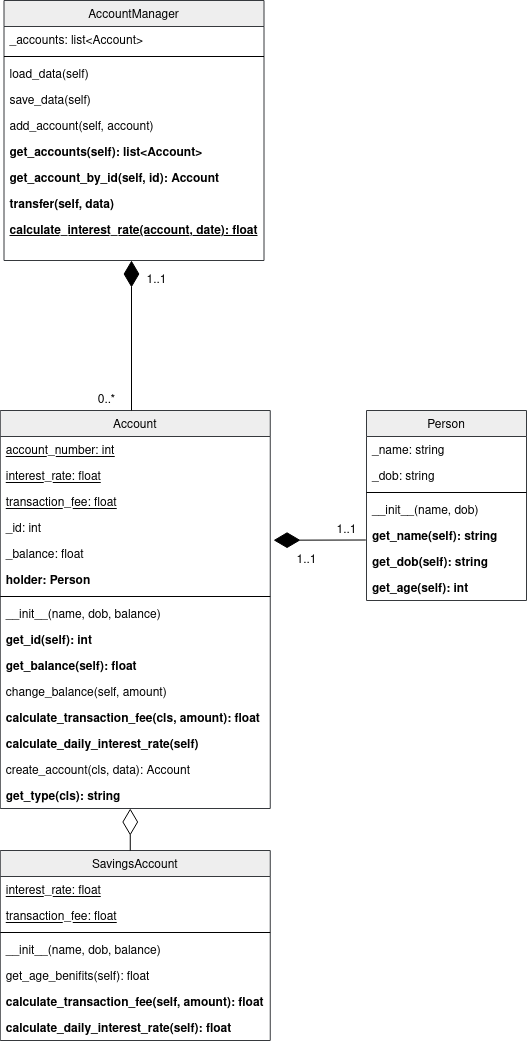
Earlier version of the draw.io export htdocs/img/oopython/kmom02/bank_uml.png (sonnerberg/website). Source tidied: cells renumbered, new cells last; positions are measured from the earlier drawing's top-left corner, leaving out a move shared by most shapes.
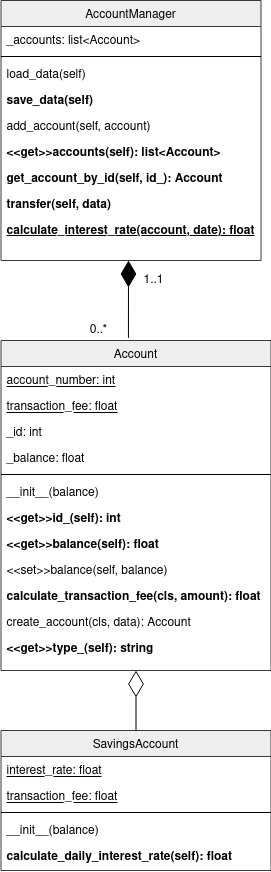
The same file after the commit.

Diff of the diagram source:
```diff
@@ -14,16 +14,16 @@
     <mxCell id="5" value="load_data(self)" style="text;align=left;verticalAlign=top;spacingLeft=4;spacingRight=4;overflow=hidden;" parent="2" vertex="1">
       <mxGeometry y="60" width="260" height="26" as="geometry" />
     </mxCell>
-    <mxCell id="6" value="save_data(self)" style="text;align=left;verticalAlign=top;spacingLeft=4;spacingRight=4;overflow=hidden;" parent="2" vertex="1">
+    <mxCell id="6" value="save_data(self)" style="text;align=left;verticalAlign=top;spacingLeft=4;spacingRight=4;overflow=hidden;fontStyle=1;" parent="2" vertex="1">
       <mxGeometry y="86" width="260" height="26" as="geometry" />
     </mxCell>
     <mxCell id="7" value="add_account(self, account)" style="text;align=left;verticalAlign=top;spacingLeft=4;spacingRight=4;overflow=hidden;" parent="2" vertex="1">
       <mxGeometry y="112" width="260" height="26" as="geometry" />
     </mxCell>
-    <mxCell id="8" value="get_accounts(self): list&lt;Account&gt;" style="text;align=left;verticalAlign=top;spacingLeft=4;spacingRight=4;overflow=hidden;fontStyle=1;" parent="2" vertex="1">
+    <mxCell id="8" value="&lt;&lt;get&gt;&gt;accounts(self): list&lt;Account&gt;" style="text;align=left;verticalAlign=top;spacingLeft=4;spacingRight=4;overflow=hidden;fontStyle=1;" parent="2" vertex="1">
       <mxGeometry y="138" width="260" height="26" as="geometry" />
     </mxCell>
-    <mxCell id="9" value="get_account_by_id(self, id): Account" style="text;align=left;verticalAlign=top;spacingLeft=4;spacingRight=4;overflow=hidden;fontStyle=1;" parent="2" vertex="1">
+    <mxCell id="9" value="get_account_by_id(self, id_): Account" style="text;align=left;verticalAlign=top;spacingLeft=4;spacingRight=4;overflow=hidden;fontStyle=1;" parent="2" vertex="1">
       <mxGeometry y="164" width="260" height="26" as="geometry" />
     </mxCell>
     <mxCell id="10" value="transfer(self, data)" style="text;align=left;verticalAlign=top;spacingLeft=4;spacingRight=4;overflow=hidden;fontStyle=1;" parent="2" vertex="1">
@@ -33,91 +33,57 @@
       <mxGeometry y="216" width="260" height="26" as="geometry" />
     </mxCell>
     <mxCell id="12" value="Account" style="swimlane;fontStyle=0;align=center;verticalAlign=top;horizontal=1;startSize=26;rounded=0;shadow=0;strokeWidth=1;fillColor=#eeeeee;strokeColor=#36393d;" parent="1" vertex="1">
-      <mxGeometry x="-0.2" y="410" width="270" height="398" as="geometry" />
+      <mxGeometry x="3.5" y="340" width="270" height="330" as="geometry" />
     </mxCell>
     <mxCell id="13" value="account_number: int" style="text;align=left;verticalAlign=top;spacingLeft=4;spacingRight=4;overflow=hidden;fontStyle=4;" parent="12" vertex="1">
       <mxGeometry y="26" width="270" height="26" as="geometry" />
     </mxCell>
-    <mxCell id="14" value="interest_rate: float" style="text;align=left;verticalAlign=top;spacingLeft=4;spacingRight=4;overflow=hidden;rounded=0;shadow=0;html=0;fontStyle=4;" parent="12" vertex="1">
-      <mxGeometry y="52" width="270" height="26" as="geometry" />
-    </mxCell>
     <mxCell id="15" value="transaction_fee: float" style="text;align=left;verticalAlign=top;spacingLeft=4;spacingRight=4;overflow=hidden;rounded=0;shadow=0;html=0;fontStyle=4;" parent="12" vertex="1">
-      <mxGeometry y="78" width="270" height="26" as="geometry" />
+      <mxGeometry y="52" width="270" height="26" as="geometry" />
     </mxCell>
     <mxCell id="16" value="_id: int" style="text;align=left;verticalAlign=top;spacingLeft=4;spacingRight=4;overflow=hidden;rounded=0;shadow=0;html=0;fontStyle=0;" parent="12" vertex="1">
-      <mxGeometry y="104" width="270" height="26" as="geometry" />
+      <mxGeometry y="78" width="270" height="26" as="geometry" />
     </mxCell>
     <mxCell id="17" value="_balance: float" style="text;align=left;verticalAlign=top;spacingLeft=4;spacingRight=4;overflow=hidden;rounded=0;shadow=0;html=0;fontStyle=0;" parent="12" vertex="1">
-      <mxGeometry y="130" width="270" height="26" as="geometry" />
+      <mxGeometry y="104" width="270" height="26" as="geometry" />
     </mxCell>
-    <mxCell id="18" value="holder: Person" style="text;align=left;verticalAlign=top;spacingLeft=4;spacingRight=4;overflow=hidden;rounded=0;shadow=0;html=0;fontStyle=1;" parent="12" vertex="1">
-      <mxGeometry y="156" width="270" height="26" as="geometry" />
-    </mxCell>
     <mxCell id="19" style="line;html=1;strokeWidth=1;align=left;verticalAlign=middle;spacingTop=-1;spacingLeft=3;spacingRight=3;labelPosition=right;" parent="12" vertex="1">
-      <mxGeometry y="182" width="270" height="8" as="geometry" />
+      <mxGeometry y="130" width="270" height="8" as="geometry" />
     </mxCell>
-    <mxCell id="20" value="__init__(name, dob, balance)" style="text;align=left;verticalAlign=top;spacingLeft=4;spacingRight=4;overflow=hidden;fontStyle=0;" parent="12" vertex="1">
-      <mxGeometry y="190" width="270" height="26" as="geometry" />
+    <mxCell id="20" value="__init__(balance)" style="text;align=left;verticalAlign=top;spacingLeft=4;spacingRight=4;overflow=hidden;fontStyle=0;" parent="12" vertex="1">
+      <mxGeometry y="138" width="270" height="26" as="geometry" />
     </mxCell>
-    <mxCell id="21" value="get_id(self): int" style="text;align=left;verticalAlign=top;spacingLeft=4;spacingRight=4;overflow=hidden;fontStyle=1;" parent="12" vertex="1">
-      <mxGeometry y="216" width="270" height="26" as="geometry" />
+    <mxCell id="21" value="&lt;&lt;get&gt;&gt;id_(self): int" style="text;align=left;verticalAlign=top;spacingLeft=4;spacingRight=4;overflow=hidden;fontStyle=1;" parent="12" vertex="1">
+      <mxGeometry y="164" width="270" height="26" as="geometry" />
     </mxCell>
-    <mxCell id="22" value="get_balance(self): float" style="text;align=left;verticalAlign=top;spacingLeft=4;spacingRight=4;overflow=hidden;fontStyle=1;" parent="12" vertex="1">
-      <mxGeometry y="242" width="270" height="26" as="geometry" />
+    <mxCell id="22" value="&lt;&lt;get&gt;&gt;balance(self): float" style="text;align=left;verticalAlign=top;spacingLeft=4;spacingRight=4;overflow=hidden;fontStyle=1;" parent="12" vertex="1">
+      <mxGeometry y="190" width="270" height="26" as="geometry" />
     </mxCell>
-    <mxCell id="23" value="change_balance(self, amount)" style="text;align=left;verticalAlign=top;spacingLeft=4;spacingRight=4;overflow=hidden;fontStyle=0;" parent="12" vertex="1">
-      <mxGeometry y="268" width="270" height="26" as="geometry" />
-    </mxCell>
+    <mxCell id="51" value="&lt;&lt;set&gt;&gt;balance(self, balance)" style="text;align=left;verticalAlign=top;spacingLeft=4;spacingRight=4;overflow=hidden;fontStyle=0;" parent="12" vertex="1">
+      <mxGeometry y="216" width="270" height="26" as="geometry" />
+    </mxCell>
     <mxCell id="24" value="calculate_transaction_fee(cls, amount): float" style="text;align=left;verticalAlign=top;spacingLeft=4;spacingRight=4;overflow=hidden;fontStyle=1;" parent="12" vertex="1">
-      <mxGeometry y="294" width="270" height="26" as="geometry" />
+      <mxGeometry y="242" width="270" height="26" as="geometry" />
     </mxCell>
-    <mxCell id="25" value="calculate_daily_interest_rate(self)" style="text;align=left;verticalAlign=top;spacingLeft=4;spacingRight=4;overflow=hidden;fontStyle=1;" parent="12" vertex="1">
-      <mxGeometry y="320" width="270" height="26" as="geometry" />
-    </mxCell>
     <mxCell id="26" value="create_account(cls, data): Account" style="text;align=left;verticalAlign=top;spacingLeft=4;spacingRight=4;overflow=hidden;fontStyle=0;" parent="12" vertex="1">
-      <mxGeometry y="346" width="270" height="26" as="geometry" />
+      <mxGeometry y="268" width="270" height="26" as="geometry" />
     </mxCell>
-    <mxCell id="27" value="get_type(cls): string" style="text;align=left;verticalAlign=top;spacingLeft=4;spacingRight=4;overflow=hidden;fontStyle=1;" parent="12" vertex="1">
-      <mxGeometry y="372" width="270" height="26" as="geometry" />
+    <mxCell id="27" value="&lt;&lt;get&gt;&gt;type_(self): string" style="text;align=left;verticalAlign=top;spacingLeft=4;spacingRight=4;overflow=hidden;fontStyle=1;" parent="12" vertex="1">
+      <mxGeometry y="294" width="270" height="26" as="geometry" />
     </mxCell>
-    <mxCell id="28" value="Person" style="swimlane;fontStyle=0;align=center;verticalAlign=top;horizontal=1;startSize=26;rounded=0;shadow=0;strokeWidth=1;fillColor=#eeeeee;strokeColor=#36393d;" parent="1" vertex="1">
-      <mxGeometry x="366" y="410" width="160" height="190" as="geometry" />
-    </mxCell>
-    <mxCell id="29" value="_name: string" style="text;align=left;verticalAlign=top;spacingLeft=4;spacingRight=4;overflow=hidden;" parent="28" vertex="1">
-      <mxGeometry y="26" width="160" height="26" as="geometry" />
-    </mxCell>
-    <mxCell id="30" value="_dob: string" style="text;align=left;verticalAlign=top;spacingLeft=4;spacingRight=4;overflow=hidden;" parent="28" vertex="1">
-      <mxGeometry y="52" width="160" height="26" as="geometry" />
-    </mxCell>
-    <mxCell id="31" style="line;html=1;strokeWidth=1;align=left;verticalAlign=middle;spacingTop=-1;spacingLeft=3;spacingRight=3;labelPosition=right;" parent="28" vertex="1">
-      <mxGeometry y="78" width="160" height="8" as="geometry" />
-    </mxCell>
-    <mxCell id="32" value="__init__(name, dob)" style="text;align=left;verticalAlign=top;spacingLeft=4;spacingRight=4;overflow=hidden;fontStyle=0;" parent="28" vertex="1">
-      <mxGeometry y="86" width="160" height="26" as="geometry" />
-    </mxCell>
-    <mxCell id="33" value="get_name(self): string" style="text;align=left;verticalAlign=top;spacingLeft=4;spacingRight=4;overflow=hidden;fontStyle=1;" parent="28" vertex="1">
-      <mxGeometry y="112" width="160" height="26" as="geometry" />
-    </mxCell>
-    <mxCell id="34" value="get_dob(self): string" style="text;align=left;verticalAlign=top;spacingLeft=4;spacingRight=4;overflow=hidden;fontStyle=1;" parent="28" vertex="1">
-      <mxGeometry y="138" width="160" height="26" as="geometry" />
-    </mxCell>
-    <mxCell id="35" value="get_age(self): int" style="text;align=left;verticalAlign=top;spacingLeft=4;spacingRight=4;overflow=hidden;fontStyle=1;" parent="28" vertex="1">
-      <mxGeometry y="164" width="160" height="26" as="geometry" />
-    </mxCell>
-    <mxCell id="36" style="endArrow=diamondThin;endFill=1;endSize=24;html=1;" parent="1" edge="1">
+    <mxCell id="36" style="endArrow=diamondThin;endFill=1;endSize=24;html=1;exitX=0.472;exitY=-0.008;exitDx=0;exitDy=0;exitPerimeter=0;" parent="1" edge="1" source="12">
       <mxGeometry relative="1" as="geometry">
-        <mxPoint x="131" y="410" as="sourcePoint" />
         <mxPoint x="131" y="260" as="targetPoint" />
       </mxGeometry>
     </mxCell>
     <mxCell id="37" value="0..*" style="text;html=1;align=center;verticalAlign=middle;" parent="1" vertex="1">
-      <mxGeometry x="91" y="390" width="30" height="20" as="geometry" />
+      <mxGeometry x="86" y="320" width="30" height="20" as="geometry" />
     </mxCell>
     <mxCell id="38" value="1..1" style="text;html=1;align=center;verticalAlign=middle;" parent="1" vertex="1">
       <mxGeometry x="136" y="270" width="40" height="20" as="geometry" />
     </mxCell>
     <mxCell id="39" value="SavingsAccount" style="swimlane;fontStyle=0;align=center;verticalAlign=top;horizontal=1;startSize=26;rounded=0;shadow=0;strokeWidth=1;fillColor=#eeeeee;strokeColor=#36393d;" parent="1" vertex="1">
-      <mxGeometry x="-0.2" y="850" width="270" height="190" as="geometry" />
+      <mxGeometry x="3.5" y="730" width="270" height="140" as="geometry" />
     </mxCell>
     <mxCell id="40" value="interest_rate: float" style="text;align=left;verticalAlign=top;spacingLeft=4;spacingRight=4;overflow=hidden;rounded=0;shadow=0;html=0;fontStyle=4;" parent="39" vertex="1">
       <mxGeometry y="26" width="270" height="26" as="geometry" />
@@ -128,35 +94,14 @@
     <mxCell id="42" style="line;html=1;strokeWidth=1;align=left;verticalAlign=middle;spacingTop=-1;spacingLeft=3;spacingRight=3;labelPosition=right;" parent="39" vertex="1">
       <mxGeometry y="78" width="270" height="8" as="geometry" />
     </mxCell>
-    <mxCell id="43" value="__init__(name, dob, balance)" style="text;align=left;verticalAlign=top;spacingLeft=4;spacingRight=4;overflow=hidden;fontStyle=0;" parent="39" vertex="1">
+    <mxCell id="43" value="__init__(balance)" style="text;align=left;verticalAlign=top;spacingLeft=4;spacingRight=4;overflow=hidden;fontStyle=0;" parent="39" vertex="1">
       <mxGeometry y="86" width="270" height="26" as="geometry" />
     </mxCell>
-    <mxCell id="44" value="get_age_benifits(self): float" style="text;align=left;verticalAlign=top;spacingLeft=4;spacingRight=4;overflow=hidden;fontStyle=0;" parent="39" vertex="1">
-      <mxGeometry y="112" width="270" height="26" as="geometry" />
-    </mxCell>
-    <mxCell id="45" value="calculate_transaction_fee(self, amount): float" style="text;align=left;verticalAlign=top;spacingLeft=4;spacingRight=4;overflow=hidden;fontStyle=1;" parent="39" vertex="1">
-      <mxGeometry y="138" width="270" height="26" as="geometry" />
-    </mxCell>
     <mxCell id="46" value="calculate_daily_interest_rate(self): float" style="text;align=left;verticalAlign=top;spacingLeft=4;spacingRight=4;overflow=hidden;fontStyle=1;" parent="39" vertex="1">
-      <mxGeometry y="164" width="270" height="26" as="geometry" />
+      <mxGeometry y="112" width="270" height="26" as="geometry" />
     </mxCell>
-    <mxCell id="47" value="1..1" style="text;html=1;align=center;verticalAlign=middle;" parent="1" vertex="1">
-      <mxGeometry x="326" y="520" width="40" height="20" as="geometry" />
-    </mxCell>
-    <mxCell id="48" style="endArrow=diamondThin;endFill=1;endSize=24;html=1;exitX=0.002;exitY=0.712;exitDx=0;exitDy=0;entryX=1.016;entryY=0.027;entryDx=0;entryDy=0;entryPerimeter=0;exitPerimeter=0;" parent="1" edge="1">
-      <mxGeometry relative="1" as="geometry">
-        <mxPoint x="365.3" y="539.5" as="sourcePoint" />
-        <mxPoint x="273.1" y="539.7" as="targetPoint" />
-      </mxGeometry>
-    </mxCell>
-    <mxCell id="49" value="1..1" style="text;html=1;align=center;verticalAlign=middle;" parent="1" vertex="1">
-      <mxGeometry x="286" y="550" width="40" height="20" as="geometry" />
-    </mxCell>
-    <mxCell id="50" style="endArrow=diamondThin;endFill=0;endSize=24;html=1;entryX=0.5;entryY=1;entryDx=0;entryDy=0;exitX=0.5;exitY=0;exitDx=0;exitDy=0;" parent="1" edge="1">
-      <mxGeometry relative="1" as="geometry">
-        <mxPoint x="129.8" y="850" as="sourcePoint" />
-        <mxPoint x="129.8" y="808" as="targetPoint" />
-      </mxGeometry>
-    </mxCell>
+    <mxCell id="52" style="endArrow=diamondThin;endFill=0;endSize=24;html=1;exitX=0.5;exitY=0;exitDx=0;exitDy=0;entryX=0.5;entryY=1;entryDx=0;entryDy=0;" parent="1" edge="1" source="39" target="12">
+      <mxGeometry relative="1" as="geometry" />
+    </mxCell>
   </root>
 </mxGraphModel>
```
